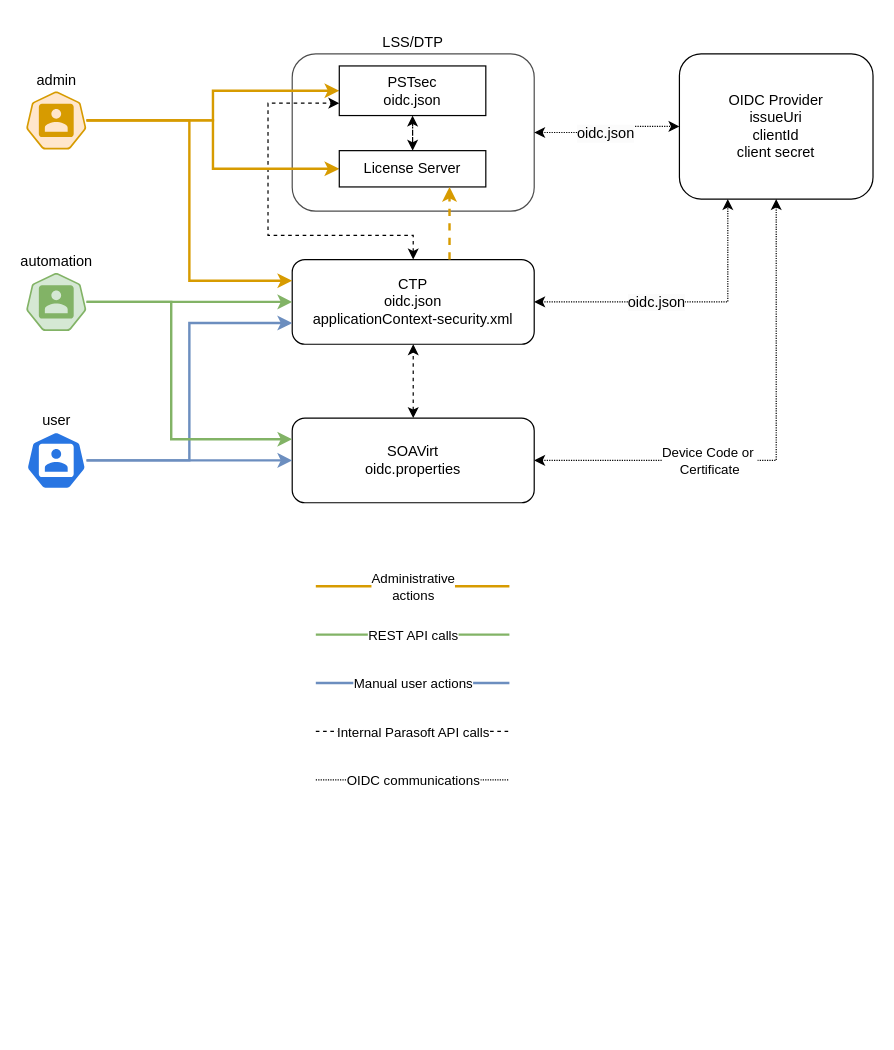
Earlier version of the draw.io diagram oidc.drawio (gtrofimov/draw-io-projects). Source tidied: cells renumbered, new cells numbered last; positions are measured from the earlier drawing's top-left corner, leaving out a move shared by most shapes. Both pictures are drawn from the tidied source at 121%, with x=0, y=0 at pixel (25, 53).
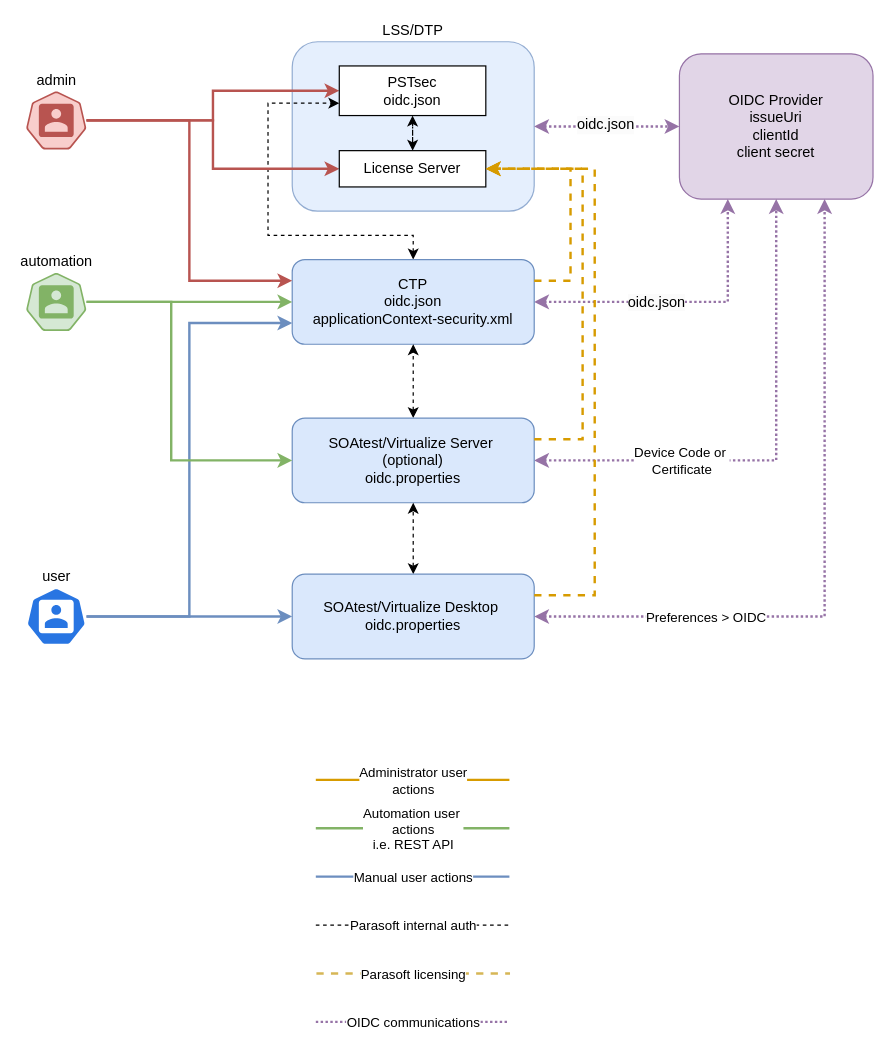
The same page after the edit.

Unchanged cells that the change refers to:
```xml
<mxCell id="21" value="License Server" style="rounded=0;whiteSpace=wrap;html=1;" parent="1" vertex="1">
  <mxGeometry x="258.9" y="80" width="121.1" height="30" as="geometry" />
</mxCell>
<mxCell id="22" value="PSTsec&lt;div&gt;oidc.json&lt;/div&gt;" style="rounded=0;whiteSpace=wrap;html=1;" parent="1" vertex="1">
  <mxGeometry x="258.9" y="10" width="121.1" height="41" as="geometry" />
</mxCell>
<mxCell id="27" value="automation" style="sketch=0;html=1;dashed=0;whitespace=wrap;fillColor=#d5e8d4;strokeColor=#82b366;points=[[0.005,0.63,0],[0.1,0.2,0],[0.9,0.2,0],[0.5,0,0],[0.995,0.63,0],[0.72,0.99,0],[0.5,1,0],[0.28,0.99,0]];shape=mxgraph.kubernetes.icon2;prIcon=user;labelPosition=center;verticalLabelPosition=top;align=center;verticalAlign=bottom;" parent="1" vertex="1">
  <mxGeometry y="181" width="50" height="48" as="geometry" />
</mxCell>
```

The edit, as a diff of the source:
```diff
@@
-    <mxCell id="2" value="LSS/DTP" style="rounded=1;whiteSpace=wrap;html=1;labelPosition=center;verticalLabelPosition=top;align=center;verticalAlign=bottom;opacity=70;" parent="1" vertex="1">
-      <mxGeometry x="220" width="200" height="130" as="geometry" />
+    <mxCell id="2" value="LSS/DTP" style="rounded=1;whiteSpace=wrap;html=1;labelPosition=center;verticalLabelPosition=top;align=center;verticalAlign=bottom;opacity=70;fillColor=#dae8fc;strokeColor=#6c8ebf;" parent="1" vertex="1">
+      <mxGeometry x="220" y="-10" width="200" height="140" as="geometry" />
     </mxCell>
-    <mxCell id="3" style="edgeStyle=orthogonalEdgeStyle;rounded=0;jettySize=auto;html=1;entryX=0;entryY=0.75;entryDx=0;entryDy=0;startArrow=classic;startFill=1;dashed=1;" parent="1" edge="1" source="6" target="22">
+    <mxCell id="3" style="edgeStyle=orthogonalEdgeStyle;rounded=0;jettySize=auto;html=1;entryX=0;entryY=0.75;entryDx=0;entryDy=0;startArrow=classic;startFill=1;dashed=1;strokeWidth=1;" parent="1" edge="1" source="6" target="22">
       <mxGeometry relative="1" as="geometry">
         <Array as="points">
           <mxPoint x="320" y="150" />
           <mxPoint x="200" y="150" />
           <mxPoint x="200" y="41" />
         </Array>
       </mxGeometry>
     </mxCell>
-    <mxCell id="4" style="edgeStyle=orthogonalEdgeStyle;rounded=0;jettySize=auto;html=1;entryX=0.25;entryY=1;entryDx=0;entryDy=0;dashed=1;dashPattern=1 1;startArrow=classic;startFill=1;" parent="1" edge="1" source="6" target="11">
+    <mxCell id="4" style="edgeStyle=orthogonalEdgeStyle;rounded=0;jettySize=auto;html=1;entryX=0.25;entryY=1;entryDx=0;entryDy=0;dashed=1;dashPattern=1 1;startArrow=classic;startFill=1;fillColor=#e1d5e7;strokeColor=#9673a6;strokeWidth=2;" parent="1" edge="1" source="6" target="11">
       <mxGeometry relative="1" as="geometry" />
     </mxCell>
@@
-    <mxCell id="6" value="CTP&lt;div&gt;&lt;div&gt;oidc.json&lt;/div&gt;&lt;div&gt;applicationContext-security.xml&lt;/div&gt;&lt;/div&gt;" style="rounded=1;whiteSpace=wrap;html=1;" parent="1" vertex="1">
+    <mxCell id="6" value="CTP&lt;div&gt;&lt;div&gt;oidc.json&lt;/div&gt;&lt;div&gt;applicationContext-security.xml&lt;/div&gt;&lt;/div&gt;" style="rounded=1;whiteSpace=wrap;html=1;fillColor=#dae8fc;strokeColor=#6c8ebf;" parent="1" vertex="1">
       <mxGeometry x="220" y="170" width="200" height="70" as="geometry" />
     </mxCell>
-    <mxCell id="7" style="edgeStyle=orthogonalEdgeStyle;rounded=0;jettySize=auto;html=1;entryX=0.5;entryY=1;entryDx=0;entryDy=0;dashed=1;dashPattern=1 1;startArrow=classic;startFill=1;" parent="1" edge="1" source="10" target="11">
+    <mxCell id="7" style="edgeStyle=orthogonalEdgeStyle;rounded=0;jettySize=auto;html=1;entryX=0.5;entryY=1;entryDx=0;entryDy=0;dashed=1;dashPattern=1 1;startArrow=classic;startFill=1;fillColor=#e1d5e7;strokeColor=#9673a6;strokeWidth=2;" parent="1" edge="1" source="10" target="11">
       <mxGeometry relative="1" as="geometry" />
     </mxCell>
     <mxCell id="8" value="Device Code or&amp;nbsp;&lt;div&gt;Certificate&lt;/div&gt;" style="edgeLabel;html=1;align=center;verticalAlign=middle;" parent="7" vertex="1">
       <mxGeometry x="-0.24" y="-2" relative="1" as="geometry">
-        <mxPoint x="-14" y="-2" as="offset" />
+        <mxPoint x="-37" y="-2" as="offset" />
       </mxGeometry>
     </mxCell>
-    <mxCell id="9" style="edgeStyle=orthogonalEdgeStyle;rounded=0;jettySize=auto;html=1;entryX=0.5;entryY=1;entryDx=0;entryDy=0;startArrow=classic;startFill=1;dashed=1;" parent="1" edge="1" source="10" target="6">
+    <mxCell id="9" style="edgeStyle=orthogonalEdgeStyle;rounded=0;jettySize=auto;html=1;entryX=0.5;entryY=1;entryDx=0;entryDy=0;startArrow=classic;startFill=1;dashed=1;strokeWidth=1;" parent="1" edge="1" source="10" target="6">
       <mxGeometry relative="1" as="geometry" />
     </mxCell>
-    <mxCell id="10" value="SOAVirt&lt;div&gt;oidc.properties&lt;/div&gt;" style="rounded=1;whiteSpace=wrap;html=1;" parent="1" vertex="1">
+    <mxCell id="10" value="SOAtest/Virtualize Server&amp;nbsp;&lt;div&gt;(optional)&lt;div&gt;oidc.properties&lt;/div&gt;&lt;/div&gt;" style="rounded=1;whiteSpace=wrap;html=1;fillColor=#dae8fc;strokeColor=#6c8ebf;" parent="1" vertex="1">
       <mxGeometry x="220" y="301" width="200" height="70" as="geometry" />
     </mxCell>
-    <mxCell id="11" value="OIDC Provider&lt;div&gt;issueUri&lt;br&gt;&lt;div&gt;clientId&lt;/div&gt;&lt;div&gt;client secret&lt;/div&gt;&lt;/div&gt;" style="rounded=1;whiteSpace=wrap;html=1;" parent="1" vertex="1">
+    <mxCell id="11" value="OIDC Provider&lt;div&gt;issueUri&lt;br&gt;&lt;div&gt;clientId&lt;/div&gt;&lt;div&gt;client secret&lt;/div&gt;&lt;/div&gt;" style="rounded=1;whiteSpace=wrap;html=1;fillColor=#e1d5e7;strokeColor=#9673a6;" parent="1" vertex="1">
       <mxGeometry x="540" width="160" height="120" as="geometry" />
     </mxCell>
@@
     <mxCell id="13" value="user" style="sketch=0;html=1;dashed=0;whitespace=wrap;fillColor=#2875E2;strokeColor=#ffffff;points=[[0.005,0.63,0],[0.1,0.2,0],[0.9,0.2,0],[0.5,0,0],[0.995,0.63,0],[0.72,0.99,0],[0.5,1,0],[0.28,0.99,0]];shape=mxgraph.kubernetes.icon2;prIcon=user;labelPosition=center;verticalLabelPosition=top;align=center;verticalAlign=bottom;" parent="1" vertex="1">
-      <mxGeometry y="312" width="50" height="48" as="geometry" />
+      <mxGeometry y="441" width="50" height="48" as="geometry" />
     </mxCell>
-    <mxCell id="14" style="edgeStyle=orthogonalEdgeStyle;rounded=0;jettySize=auto;html=1;entryX=0;entryY=0.5;entryDx=0;entryDy=0;fillColor=#ffe6cc;strokeColor=#d79b00;strokeWidth=2;" parent="1" edge="1" source="17" target="22">
+    <mxCell id="14" style="edgeStyle=orthogonalEdgeStyle;rounded=0;jettySize=auto;html=1;entryX=0;entryY=0.5;entryDx=0;entryDy=0;fillColor=#f8cecc;strokeColor=#b85450;strokeWidth=2;" parent="1" edge="1" source="17" target="22">
       <mxGeometry relative="1" as="geometry" />
     </mxCell>
-    <mxCell id="15" style="edgeStyle=orthogonalEdgeStyle;rounded=0;jettySize=auto;html=1;entryX=0;entryY=0.5;entryDx=0;entryDy=0;fillColor=#ffe6cc;strokeColor=#d79b00;strokeWidth=2;" parent="1" edge="1" source="17" target="21">
+    <mxCell id="15" style="edgeStyle=orthogonalEdgeStyle;rounded=0;jettySize=auto;html=1;entryX=0;entryY=0.5;entryDx=0;entryDy=0;fillColor=#f8cecc;strokeColor=#b85450;strokeWidth=2;" parent="1" edge="1" source="17" target="21">
       <mxGeometry relative="1" as="geometry" />
     </mxCell>
-    <mxCell id="16" style="edgeStyle=orthogonalEdgeStyle;rounded=0;jettySize=auto;html=1;entryX=0;entryY=0.25;entryDx=0;entryDy=0;fillColor=#ffe6cc;strokeColor=#d79b00;strokeWidth=2;" parent="1" edge="1" source="17" target="6">
+    <mxCell id="16" style="edgeStyle=orthogonalEdgeStyle;rounded=0;jettySize=auto;html=1;entryX=0;entryY=0.25;entryDx=0;entryDy=0;fillColor=#f8cecc;strokeColor=#b85450;strokeWidth=2;" parent="1" edge="1" source="17" target="6">
       <mxGeometry relative="1" as="geometry" />
     </mxCell>
-    <mxCell id="17" value="admin" style="sketch=0;html=1;dashed=0;whitespace=wrap;fillColor=#ffe6cc;strokeColor=#d79b00;points=[[0.005,0.63,0],[0.1,0.2,0],[0.9,0.2,0],[0.5,0,0],[0.995,0.63,0],[0.72,0.99,0],[0.5,1,0],[0.28,0.99,0]];shape=mxgraph.kubernetes.icon2;prIcon=user;labelPosition=center;verticalLabelPosition=top;align=center;verticalAlign=bottom;" parent="1" vertex="1">
+    <mxCell id="17" value="admin" style="sketch=0;html=1;dashed=0;whitespace=wrap;fillColor=#f8cecc;strokeColor=#b85450;points=[[0.005,0.63,0],[0.1,0.2,0],[0.9,0.2,0],[0.5,0,0],[0.995,0.63,0],[0.72,0.99,0],[0.5,1,0],[0.28,0.99,0]];shape=mxgraph.kubernetes.icon2;prIcon=user;labelPosition=center;verticalLabelPosition=top;align=center;verticalAlign=bottom;" parent="1" vertex="1">
       <mxGeometry y="31" width="50" height="48" as="geometry" />
     </mxCell>
@@
-    <mxCell id="19" style="edgeStyle=orthogonalEdgeStyle;rounded=0;jettySize=auto;html=1;entryX=0;entryY=0.5;entryDx=0;entryDy=0;dashed=1;dashPattern=1 1;startArrow=classic;startFill=1;exitX=1;exitY=0.5;exitDx=0;exitDy=0;" parent="1" edge="1" source="2" target="11">
+    <mxCell id="19" style="edgeStyle=orthogonalEdgeStyle;rounded=0;jettySize=auto;html=1;entryX=0;entryY=0.5;entryDx=0;entryDy=0;dashed=1;dashPattern=1 1;startArrow=classic;startFill=1;exitX=1;exitY=0.5;exitDx=0;exitDy=0;fillColor=#e1d5e7;strokeColor=#9673a6;strokeWidth=2;" parent="1" edge="1" source="2" target="11">
       <mxGeometry relative="1" as="geometry" />
     </mxCell>
@@
-    <mxCell id="23" style="edgeStyle=orthogonalEdgeStyle;rounded=0;jettySize=auto;html=1;entryX=0;entryY=0.5;entryDx=0;entryDy=0;fillColor=#dae8fc;strokeColor=#6c8ebf;strokeWidth=2;" parent="1" edge="1" source="13" target="10">
+    <mxCell id="23" style="edgeStyle=orthogonalEdgeStyle;rounded=0;jettySize=auto;html=1;entryX=0;entryY=0.5;entryDx=0;entryDy=0;fillColor=#dae8fc;strokeColor=#6c8ebf;strokeWidth=2;" parent="1" edge="1" source="13" target="41">
       <mxGeometry relative="1" as="geometry" />
     </mxCell>
-    <mxCell id="24" style="edgeStyle=orthogonalEdgeStyle;rounded=0;orthogonalLoop=1;jettySize=auto;html=1;fillColor=#ffe6cc;strokeColor=#d79b00;strokeWidth=2;dashed=1;" parent="1" edge="1">
+    <mxCell id="24" style="edgeStyle=orthogonalEdgeStyle;rounded=0;jettySize=auto;html=1;fillColor=#ffe6cc;strokeColor=#d79b00;strokeWidth=2;dashed=1;exitX=1;exitY=0.25;exitDx=0;exitDy=0;entryX=1;entryY=0.5;entryDx=0;entryDy=0;" parent="1" edge="1" source="6" target="21">
       <mxGeometry relative="1" as="geometry">
-        <mxPoint x="350" y="170" as="sourcePoint" />
-        <mxPoint x="350" y="110" as="targetPoint" />
         <Array as="points">
-          <mxPoint x="350" y="170" />
-          <mxPoint x="350" y="99" />
+          <mxPoint x="450" y="188" />
+          <mxPoint x="450" y="95" />
         </Array>
       </mxGeometry>
     </mxCell>
@@
-    <mxCell id="26" style="edgeStyle=orthogonalEdgeStyle;rounded=0;jettySize=auto;html=1;entryX=0;entryY=0.25;entryDx=0;entryDy=0;fillColor=#d5e8d4;strokeColor=#82b366;strokeWidth=2;" parent="1" edge="1" source="27" target="10">
+    <mxCell id="26" style="edgeStyle=orthogonalEdgeStyle;rounded=0;jettySize=auto;html=1;entryX=0;entryY=0.5;entryDx=0;entryDy=0;fillColor=#d5e8d4;strokeColor=#82b366;strokeWidth=2;" parent="1" edge="1" source="27" target="10">
       <mxGeometry relative="1" as="geometry">
         <Array as="points">
           <mxPoint x="120" y="205" />
-          <mxPoint x="120" y="319" />
+          <mxPoint x="120" y="336" />
         </Array>
       </mxGeometry>
     </mxCell>
@@
     <mxCell id="28" style="endArrow=none;html=1;rounded=0;strokeWidth=2;fillColor=#ffe6cc;strokeColor=#d79b00;" parent="1" edge="1">
       <mxGeometry relative="1" as="geometry">
-        <mxPoint x="239.5" y="440" as="sourcePoint" />
-        <mxPoint x="399.5" y="440" as="targetPoint" />
+        <mxPoint x="239.5" y="600" as="sourcePoint" />
+        <mxPoint x="399.5" y="600" as="targetPoint" />
       </mxGeometry>
     </mxCell>
-    <mxCell id="29" value="Administrative&lt;div&gt;actions&lt;/div&gt;" style="edgeLabel;html=1;align=center;verticalAlign=middle;" parent="28" vertex="1">
+    <mxCell id="29" value="Administrator user&lt;div&gt;actions&lt;/div&gt;" style="edgeLabel;html=1;align=center;verticalAlign=middle;" parent="28" vertex="1">
       <mxGeometry y="-2" relative="1" as="geometry">
         <mxPoint y="-2" as="offset" />
       </mxGeometry>
     </mxCell>
     <mxCell id="30" style="endArrow=none;html=1;rounded=0;strokeWidth=2;fillColor=#d5e8d4;strokeColor=#82b366;" parent="1" edge="1">
       <mxGeometry relative="1" as="geometry">
-        <mxPoint x="239.5" y="480" as="sourcePoint" />
-        <mxPoint x="399.5" y="480" as="targetPoint" />
+        <mxPoint x="239.5" y="640" as="sourcePoint" />
+        <mxPoint x="399.5" y="640" as="targetPoint" />
       </mxGeometry>
     </mxCell>
-    <mxCell id="31" value="REST API calls" style="edgeLabel;html=1;align=center;verticalAlign=middle;" parent="30" vertex="1">
+    <mxCell id="31" value="Automation user&amp;nbsp;&lt;div&gt;actions&lt;/div&gt;&lt;div&gt;i.e. REST API&lt;/div&gt;" style="edgeLabel;html=1;align=center;verticalAlign=middle;" parent="30" vertex="1">
       <mxGeometry y="-2" relative="1" as="geometry">
         <mxPoint y="-2" as="offset" />
       </mxGeometry>
     </mxCell>
     <mxCell id="32" style="endArrow=none;html=1;rounded=0;strokeWidth=2;fillColor=#dae8fc;strokeColor=#6c8ebf;" parent="1" edge="1">
       <mxGeometry relative="1" as="geometry">
-        <mxPoint x="239.5" y="520" as="sourcePoint" />
-        <mxPoint x="399.5" y="520" as="targetPoint" />
+        <mxPoint x="239.5" y="680" as="sourcePoint" />
+        <mxPoint x="399.5" y="680" as="targetPoint" />
       </mxGeometry>
     </mxCell>
@@
     <mxCell id="34" style="endArrow=none;html=1;rounded=0;dashed=1;" parent="1" edge="1">
       <mxGeometry relative="1" as="geometry">
-        <mxPoint x="239.5" y="560" as="sourcePoint" />
-        <mxPoint x="399.5" y="560" as="targetPoint" />
+        <mxPoint x="239.5" y="720" as="sourcePoint" />
+        <mxPoint x="399.5" y="720" as="targetPoint" />
       </mxGeometry>
     </mxCell>
-    <mxCell id="35" value="Internal Parasoft API calls" style="edgeLabel;html=1;align=center;verticalAlign=middle;" parent="34" vertex="1">
+    <mxCell id="35" value="Parasoft internal auth" style="edgeLabel;html=1;align=center;verticalAlign=middle;" parent="34" vertex="1">
       <mxGeometry y="-2" relative="1" as="geometry">
         <mxPoint y="-2" as="offset" />
       </mxGeometry>
     </mxCell>
-    <mxCell id="36" style="endArrow=none;html=1;rounded=0;dashed=1;dashPattern=1 1;" parent="1" edge="1">
+    <mxCell id="36" style="endArrow=none;html=1;rounded=0;dashed=1;dashPattern=1 1;fillColor=#e1d5e7;strokeColor=#9673a6;strokeWidth=2;" parent="1" edge="1">
       <mxGeometry relative="1" as="geometry">
-        <mxPoint x="239.5" y="600" as="sourcePoint" />
-        <mxPoint x="399.5" y="600" as="targetPoint" />
+        <mxPoint x="239.5" y="800" as="sourcePoint" />
+        <mxPoint x="399.5" y="800" as="targetPoint" />
       </mxGeometry>
     </mxCell>
@@
+    <mxCell id="38" style="edgeStyle=orthogonalEdgeStyle;rounded=0;jettySize=auto;html=1;entryX=0.5;entryY=1;entryDx=0;entryDy=0;dashed=1;startArrow=classic;startFill=1;strokeWidth=1;" parent="1" edge="1" source="41" target="10">
+      <mxGeometry relative="1" as="geometry" />
+    </mxCell>
+    <mxCell id="39" style="edgeStyle=orthogonalEdgeStyle;rounded=0;jettySize=auto;html=1;entryX=0.75;entryY=1;entryDx=0;entryDy=0;dashed=1;dashPattern=1 1;fillColor=#e1d5e7;strokeColor=#9673a6;strokeWidth=2;startArrow=classic;startFill=1;" parent="1" edge="1" source="41" target="11">
+      <mxGeometry relative="1" as="geometry" />
+    </mxCell>
+    <mxCell id="40" value="Preferences &amp;gt; OIDC" style="edgeLabel;html=1;align=center;verticalAlign=middle;" parent="39" vertex="1">
+      <mxGeometry x="-0.39" y="-1" relative="1" as="geometry">
+        <mxPoint x="-37" y="-1" as="offset" />
+      </mxGeometry>
+    </mxCell>
+    <mxCell id="41" value="SOAtest/Virtualize Desktop&amp;nbsp;&lt;div&gt;&lt;div&gt;oidc.properties&lt;/div&gt;&lt;/div&gt;" style="rounded=1;whiteSpace=wrap;html=1;fillColor=#dae8fc;strokeColor=#6c8ebf;" parent="1" vertex="1">
+      <mxGeometry x="220" y="430" width="200" height="70" as="geometry" />
+    </mxCell>
+    <mxCell id="42" style="edgeStyle=orthogonalEdgeStyle;rounded=0;jettySize=auto;html=1;fillColor=#ffe6cc;strokeColor=#d79b00;strokeWidth=2;dashed=1;entryX=1;entryY=0.5;entryDx=0;entryDy=0;exitX=1;exitY=0.25;exitDx=0;exitDy=0;" parent="1" edge="1" source="10" target="21">
+      <mxGeometry relative="1" as="geometry">
+        <Array as="points">
+          <mxPoint x="460" y="319" />
+          <mxPoint x="460" y="95" />
+        </Array>
+      </mxGeometry>
+    </mxCell>
+    <mxCell id="43" style="edgeStyle=orthogonalEdgeStyle;rounded=0;jettySize=auto;html=1;fillColor=#ffe6cc;strokeColor=#d79b00;strokeWidth=2;dashed=1;entryX=1;entryY=0.5;entryDx=0;entryDy=0;exitX=1;exitY=0.25;exitDx=0;exitDy=0;" parent="1" edge="1" source="41" target="21">
+      <mxGeometry relative="1" as="geometry">
+        <Array as="points">
+          <mxPoint x="470" y="448" />
+          <mxPoint x="470" y="95" />
+        </Array>
+      </mxGeometry>
+    </mxCell>
+    <mxCell id="44" style="endArrow=none;dashed=1;html=1;rounded=0;fillColor=#fff2cc;strokeColor=#D6B656;strokeWidth=2;" parent="1" edge="1">
+      <mxGeometry relative="1" as="geometry">
+        <mxPoint x="240" y="760" as="sourcePoint" />
+        <mxPoint x="400" y="760" as="targetPoint" />
+      </mxGeometry>
+    </mxCell>
+    <mxCell id="45" value="Parasoft licensing" style="edgeLabel;html=1;align=center;verticalAlign=middle;" parent="44" vertex="1">
+      <mxGeometry x="-0.01" relative="1" as="geometry" />
+    </mxCell>
```
